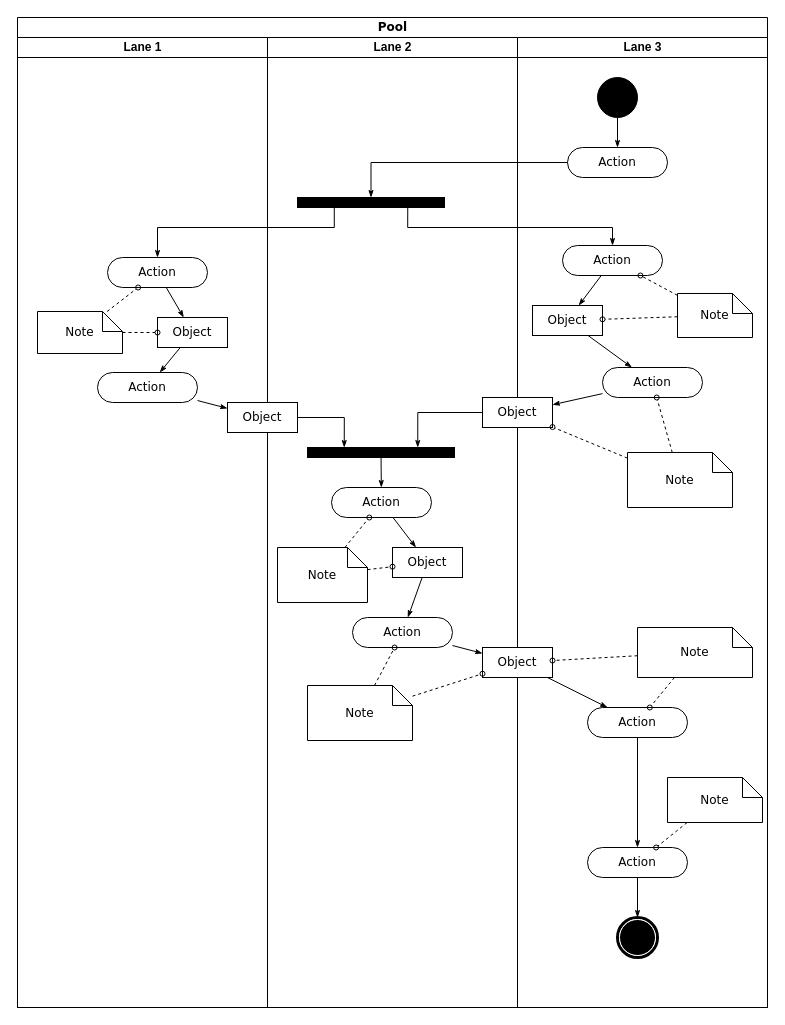
Earlier version of the draw.io diagram 未命名绘图.drawio (cdfeng/diagrams). Source tidied: cells renumbered, new cells numbered last; positions are measured from the earlier drawing's top-left corner, leaving out a move shared by most shapes. Both pictures are drawn from the tidied source at 100%, with x=0, y=0 at pixel (17, 17).
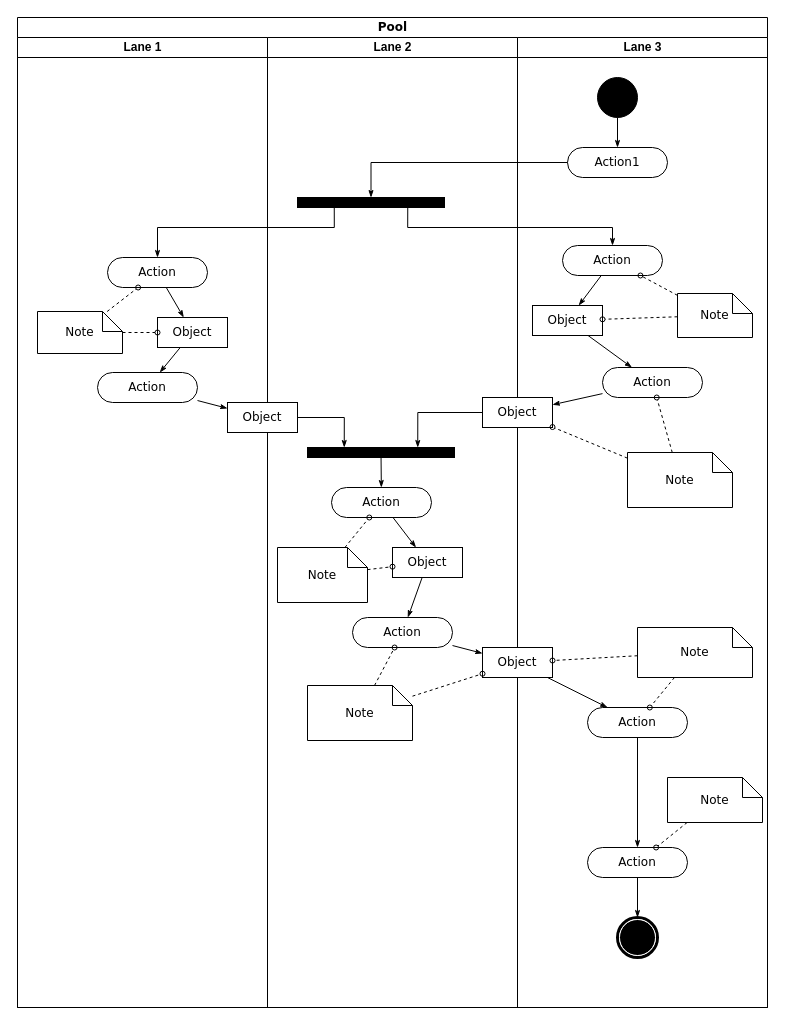
After the change.

Unchanged cells that the change refers to:
```xml
<mxCell id="28" value="Lane 3" style="swimlane;html=1;startSize=20;" parent="2" vertex="1">
  <mxGeometry x="500" y="20" width="250" height="970" as="geometry" />
</mxCell>
```

What changed in the source:
```diff
@@
-    <mxCell id="31" value="Action" style="rounded=1;whiteSpace=wrap;html=1;shadow=0;comic=0;labelBackgroundColor=none;strokeWidth=1;fontFamily=Verdana;fontSize=12;align=center;arcSize=50;" parent="28" vertex="1">
+    <mxCell id="31" value="Action1" style="rounded=1;whiteSpace=wrap;html=1;shadow=0;comic=0;labelBackgroundColor=none;strokeWidth=1;fontFamily=Verdana;fontSize=12;align=center;arcSize=50;" parent="28" vertex="1">
       <mxGeometry x="50" y="110" width="100" height="30" as="geometry" />
     </mxCell>
```
